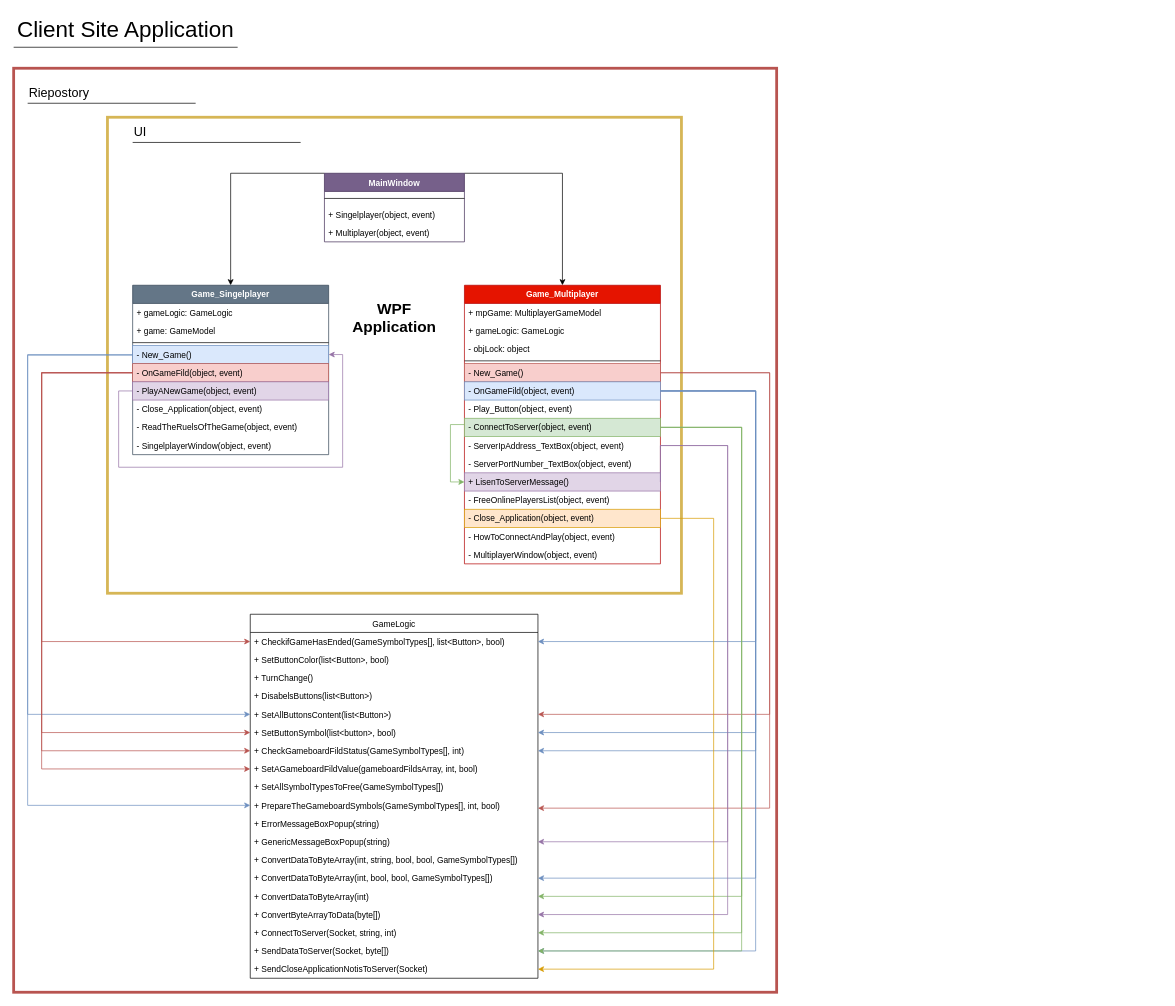
This is Documentation/Diagrams/Class Diagram/Client Site/Tic-Tac-Toe - Client Site - Class Diagram.drawio from Moonshine42tech/Tic-Tac-Toe, a draw.io file, before an edit. Source tidied: cells renumbered, new cells numbered last; positions are measured from the earlier drawing's top-left corner, leaving out a move shared by most shapes. Both pictures are drawn from the tidied source at 70%, with x=0, y=0 at pixel (13, 12).
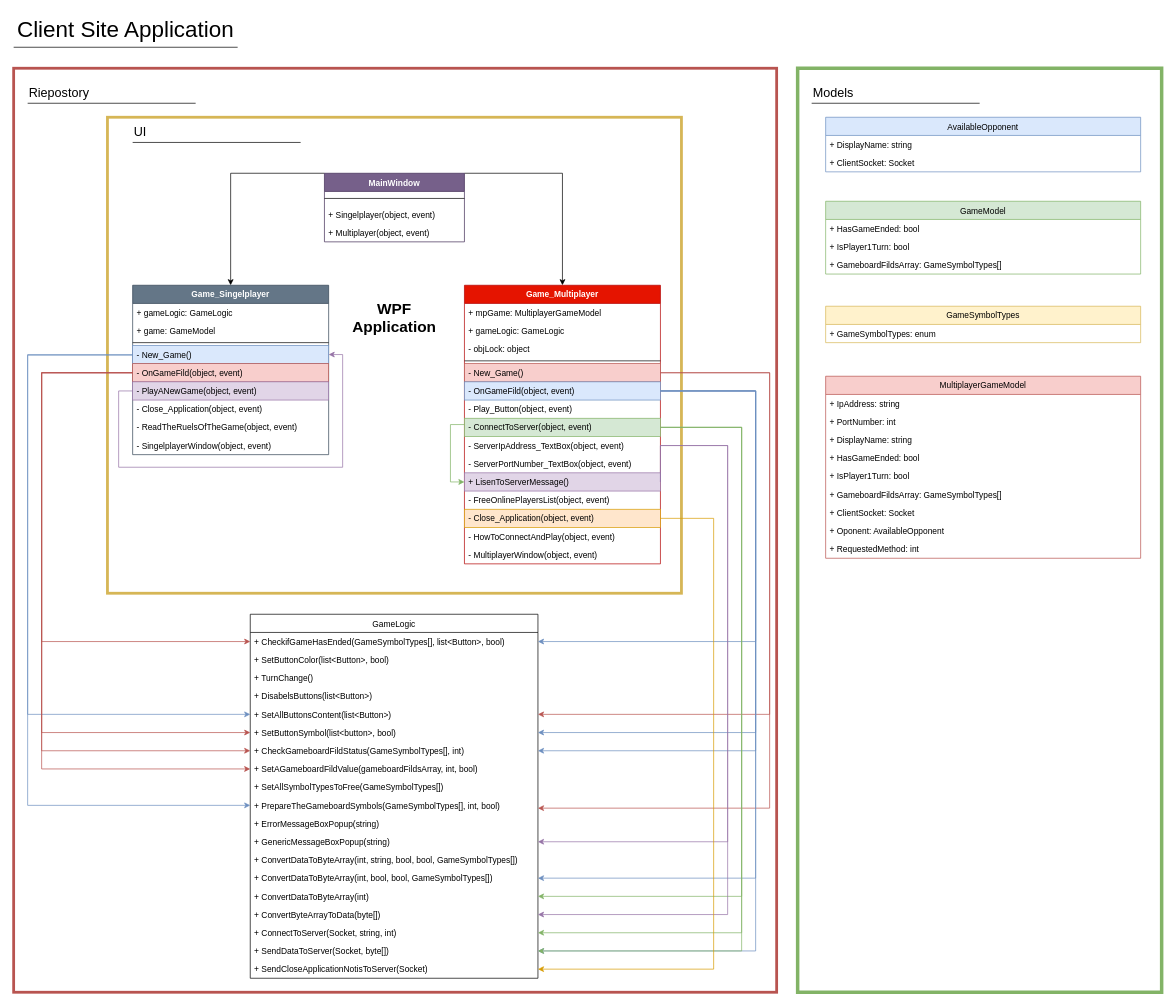
The same diagram, later.

Change to the diagram source:
```diff
@@
+    <mxCell id="84" style="rounded=0;whiteSpace=wrap;html=1;strokeWidth=5;fillColor=none;strokeColor=#82b366;" parent="1" vertex="1">
+      <mxGeometry x="1120" y="80" width="520" height="1320" as="geometry" />
+    </mxCell>
+    <mxCell id="85" value="&lt;span style=&quot;font-size: 18px&quot;&gt;Models&lt;br&gt;&lt;/span&gt;" style="text;html=1;strokeColor=none;fillColor=none;align=left;verticalAlign=middle;whiteSpace=wrap;rounded=0;" parent="1" vertex="1">
+      <mxGeometry x="1140" y="100" width="240" height="30" as="geometry" />
+    </mxCell>
+    <mxCell id="86" style="endArrow=none;html=1;entryX=0;entryY=1;entryDx=0;entryDy=0;exitX=1;exitY=1;exitDx=0;exitDy=0;" parent="1" edge="1" source="85" target="85">
+      <mxGeometry relative="1" as="geometry" />
+    </mxCell>
+    <mxCell id="87" value="AvailableOpponent" style="swimlane;fontStyle=0;horizontal=1;startSize=26;fillColor=#dae8fc;strokeWidth=1;strokeColor=#6c8ebf;" parent="1" vertex="1">
+      <mxGeometry x="1160" y="150" width="450" height="78" as="geometry" />
+    </mxCell>
+    <mxCell id="88" value="+ DisplayName: string" style="text;strokeColor=none;fillColor=none;align=left;verticalAlign=top;spacingLeft=4;spacingRight=4;overflow=hidden;" parent="87" vertex="1">
+      <mxGeometry y="26" width="450" height="26" as="geometry" />
+    </mxCell>
+    <mxCell id="89" value="+ ClientSocket: Socket" style="text;strokeColor=none;fillColor=none;align=left;verticalAlign=top;spacingLeft=4;spacingRight=4;overflow=hidden;" parent="87" vertex="1">
+      <mxGeometry y="52" width="450" height="26" as="geometry" />
+    </mxCell>
+    <mxCell id="90" value="GameModel" style="swimlane;fontStyle=0;horizontal=1;startSize=26;fillColor=#d5e8d4;strokeWidth=1;strokeColor=#82b366;" parent="1" vertex="1">
+      <mxGeometry x="1160" y="270" width="450" height="104" as="geometry" />
+    </mxCell>
+    <mxCell id="91" value="+ HasGameEnded: bool" style="text;strokeColor=none;fillColor=none;align=left;verticalAlign=top;spacingLeft=4;spacingRight=4;overflow=hidden;" parent="90" vertex="1">
+      <mxGeometry y="26" width="450" height="26" as="geometry" />
+    </mxCell>
+    <mxCell id="92" value="+ IsPlayer1Turn: bool" style="text;strokeColor=none;fillColor=none;align=left;verticalAlign=top;spacingLeft=4;spacingRight=4;overflow=hidden;" parent="90" vertex="1">
+      <mxGeometry y="52" width="450" height="26" as="geometry" />
+    </mxCell>
+    <mxCell id="93" value="+ GameboardFildsArray: GameSymbolTypes[]" style="text;strokeColor=none;fillColor=none;align=left;verticalAlign=top;spacingLeft=4;spacingRight=4;overflow=hidden;" parent="90" vertex="1">
+      <mxGeometry y="78" width="450" height="26" as="geometry" />
+    </mxCell>
+    <mxCell id="94" value="GameSymbolTypes" style="swimlane;fontStyle=0;horizontal=1;startSize=26;fillColor=#fff2cc;strokeWidth=1;strokeColor=#d6b656;" parent="1" vertex="1">
+      <mxGeometry x="1160" y="420" width="450" height="52" as="geometry" />
+    </mxCell>
+    <mxCell id="95" value="+ GameSymbolTypes: enum" style="text;strokeColor=none;fillColor=none;align=left;verticalAlign=top;spacingLeft=4;spacingRight=4;overflow=hidden;" parent="94" vertex="1">
+      <mxGeometry y="26" width="450" height="26" as="geometry" />
+    </mxCell>
+    <mxCell id="96" value="MultiplayerGameModel" style="swimlane;fontStyle=0;horizontal=1;startSize=26;fillColor=#f8cecc;strokeWidth=1;strokeColor=#b85450;" parent="1" vertex="1">
+      <mxGeometry x="1160" y="520" width="450" height="260" as="geometry" />
+    </mxCell>
+    <mxCell id="97" value="+ IpAddress: string" style="text;strokeColor=none;fillColor=none;align=left;verticalAlign=top;spacingLeft=4;spacingRight=4;overflow=hidden;" parent="96" vertex="1">
+      <mxGeometry y="26" width="450" height="26" as="geometry" />
+    </mxCell>
+    <mxCell id="98" value="+ PortNumber: int" style="text;strokeColor=none;fillColor=none;align=left;verticalAlign=top;spacingLeft=4;spacingRight=4;overflow=hidden;" parent="96" vertex="1">
+      <mxGeometry y="52" width="450" height="26" as="geometry" />
+    </mxCell>
+    <mxCell id="99" value="+ DisplayName: string" style="text;strokeColor=none;fillColor=none;align=left;verticalAlign=top;spacingLeft=4;spacingRight=4;overflow=hidden;" parent="96" vertex="1">
+      <mxGeometry y="78" width="450" height="26" as="geometry" />
+    </mxCell>
+    <mxCell id="100" value="+ HasGameEnded: bool" style="text;strokeColor=none;fillColor=none;align=left;verticalAlign=top;spacingLeft=4;spacingRight=4;overflow=hidden;" parent="96" vertex="1">
+      <mxGeometry y="104" width="450" height="26" as="geometry" />
+    </mxCell>
+    <mxCell id="101" value="+ IsPlayer1Turn: bool" style="text;strokeColor=none;fillColor=none;align=left;verticalAlign=top;spacingLeft=4;spacingRight=4;overflow=hidden;" parent="96" vertex="1">
+      <mxGeometry y="130" width="450" height="26" as="geometry" />
+    </mxCell>
+    <mxCell id="102" value="+ GameboardFildsArray: GameSymbolTypes[]" style="text;strokeColor=none;fillColor=none;align=left;verticalAlign=top;spacingLeft=4;spacingRight=4;overflow=hidden;" parent="96" vertex="1">
+      <mxGeometry y="156" width="450" height="26" as="geometry" />
+    </mxCell>
+    <mxCell id="103" value="+ ClientSocket: Socket" style="text;strokeColor=none;fillColor=none;align=left;verticalAlign=top;spacingLeft=4;spacingRight=4;overflow=hidden;" parent="96" vertex="1">
+      <mxGeometry y="182" width="450" height="26" as="geometry" />
+    </mxCell>
+    <mxCell id="104" value="+ Oponent: AvailableOpponent" style="text;strokeColor=none;fillColor=none;align=left;verticalAlign=top;spacingLeft=4;spacingRight=4;overflow=hidden;" parent="96" vertex="1">
+      <mxGeometry y="208" width="450" height="26" as="geometry" />
+    </mxCell>
+    <mxCell id="105" value="+ RequestedMethod: int" style="text;strokeColor=none;fillColor=none;align=left;verticalAlign=top;spacingLeft=4;spacingRight=4;overflow=hidden;" parent="96" vertex="1">
+      <mxGeometry y="234" width="450" height="26" as="geometry" />
+    </mxCell>
```
